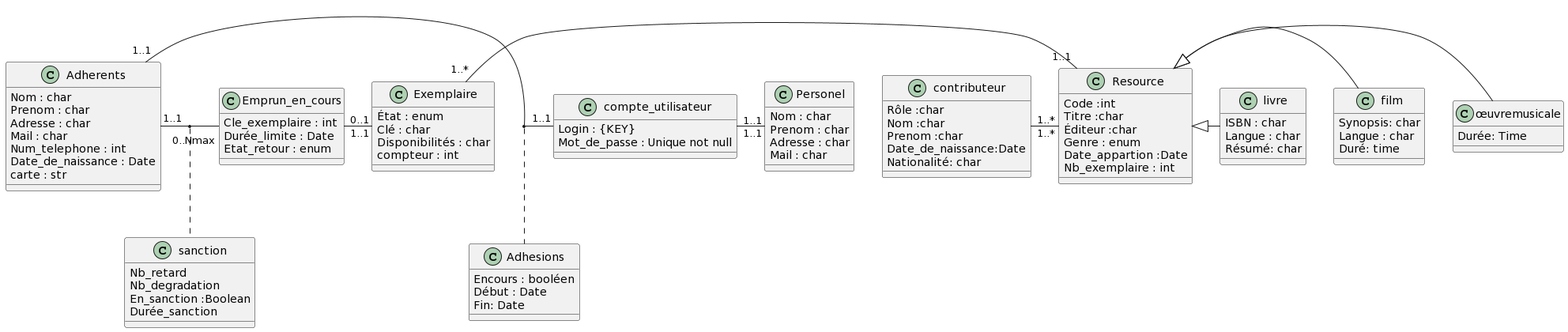
Above: Rendu1/UML.png in opoussin/ProjetBDD_Gestion_Bibliotheque (PlantUML), before the change.
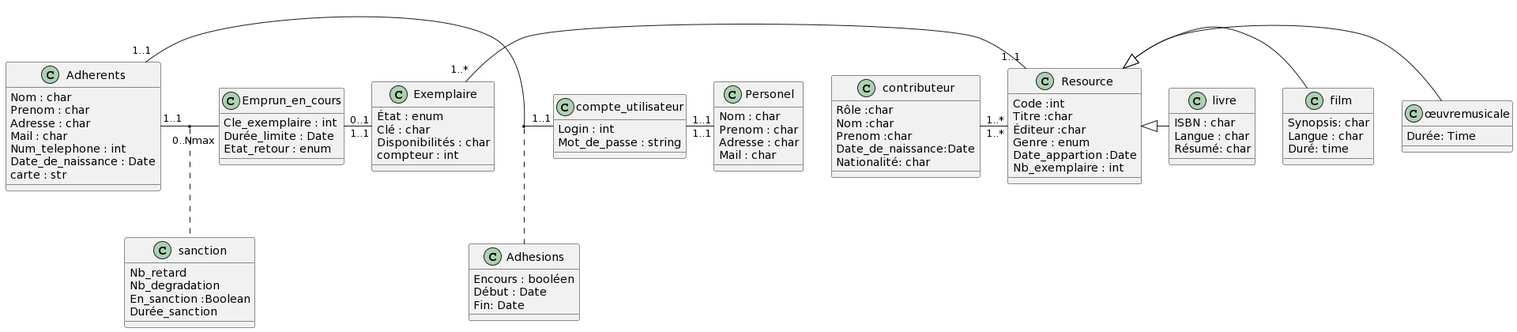
After the change.

Change to the diagram source:
```diff
@@ -55,8 +55,8 @@
 }
 
 Class compte_utilisateur{
-Login : {KEY}
-Mot_de_passe : Unique not null
+Login : int
+Mot_de_passe : string
 }
 
 Class sanction{
```
